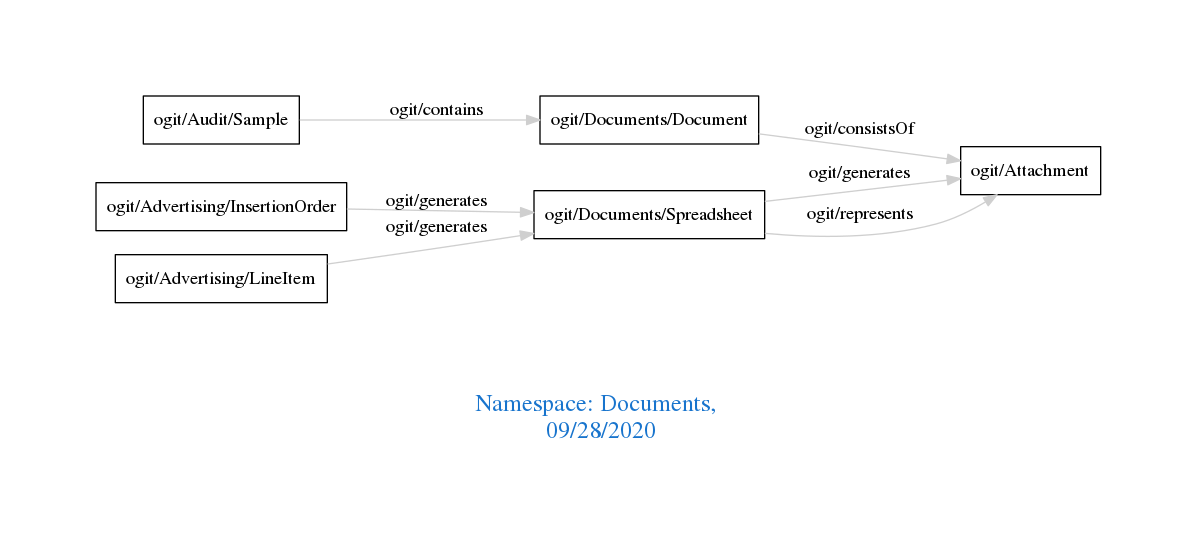
arago/OGIT keeps this Graphviz diagram as downloads/Documents.png. Above is the earlier version. Its source is kept beside it as downloads/Documents.dot.
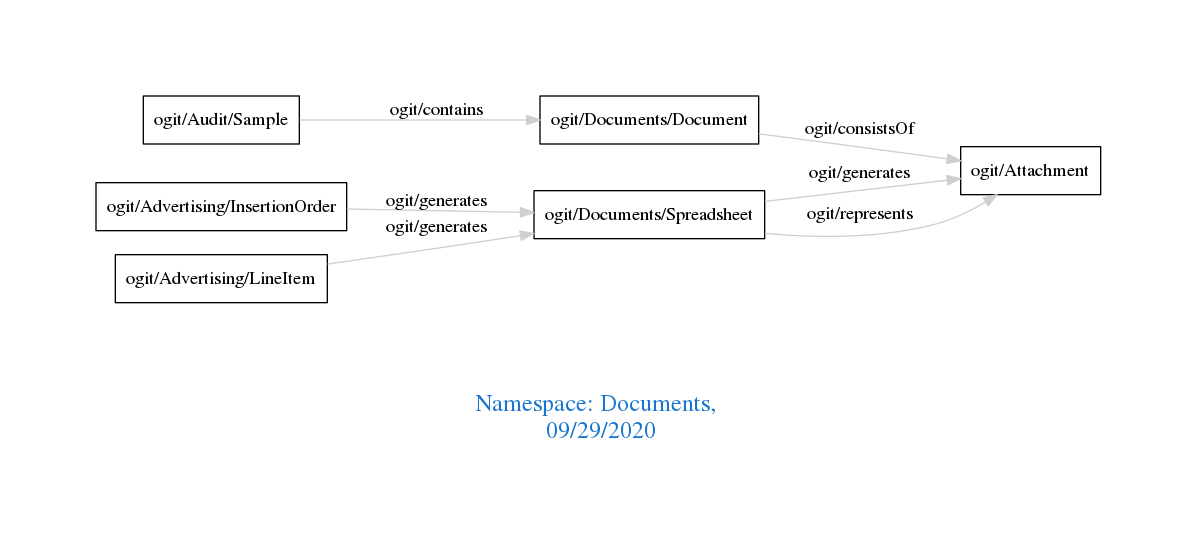
Above is the later version.

Change to the diagram source:
```diff
@@ -1,7 +1,7 @@
 digraph OGIT_ontology {
  graph [ rankdir= LR,pad=1
 fontsize = 18,
-fontcolor= dodgerblue3,label = "\n\n\nNamespace: Documents, \n 09/28/2020"];
+fontcolor= dodgerblue3,label = "\n\n\nNamespace: Documents, \n 09/29/2020"];
 node[shape=polygon];
 edge [  color="gray81"];
 
```
